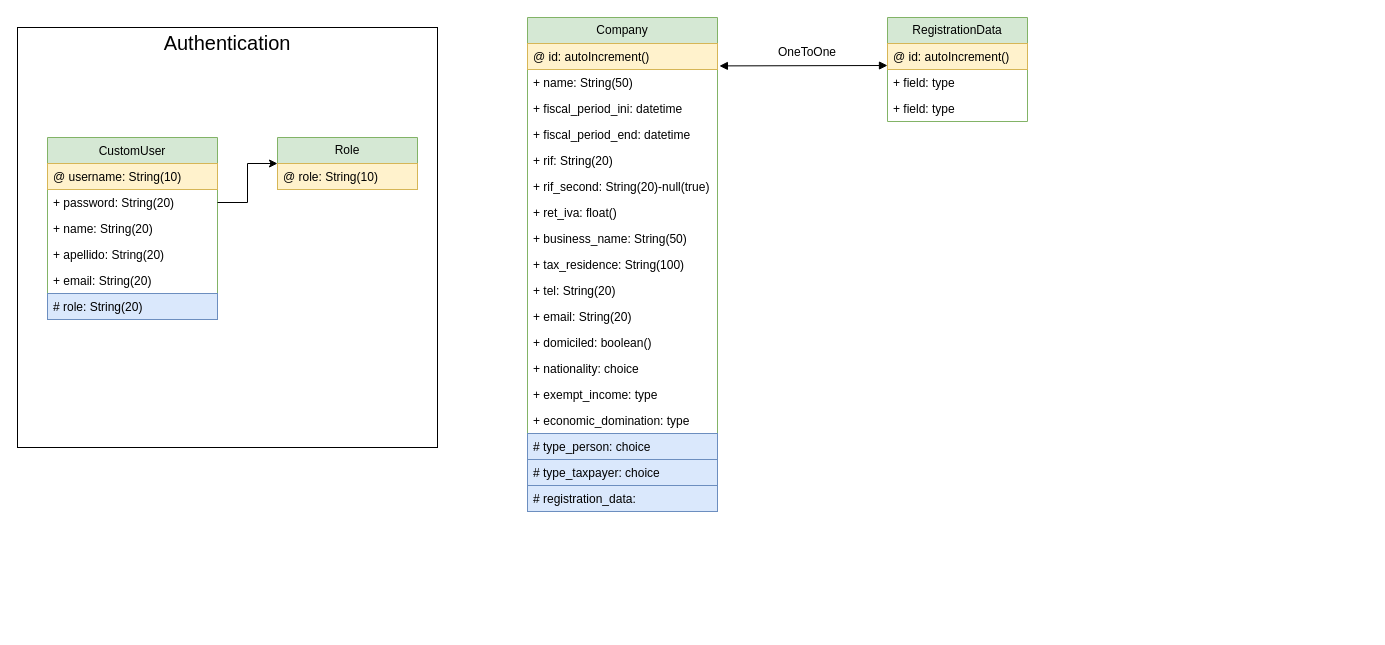
The draw.io diagram diagrama-bases.drawio in iranmederos/app-contable, before the edit. Source tidied: cells renumbered, new cells numbered last; positions are measured from the earlier drawing's top-left corner, leaving out a move shared by most shapes. Both pictures are drawn from the tidied source at 100%, with x=0, y=0 at pixel (17, 17).
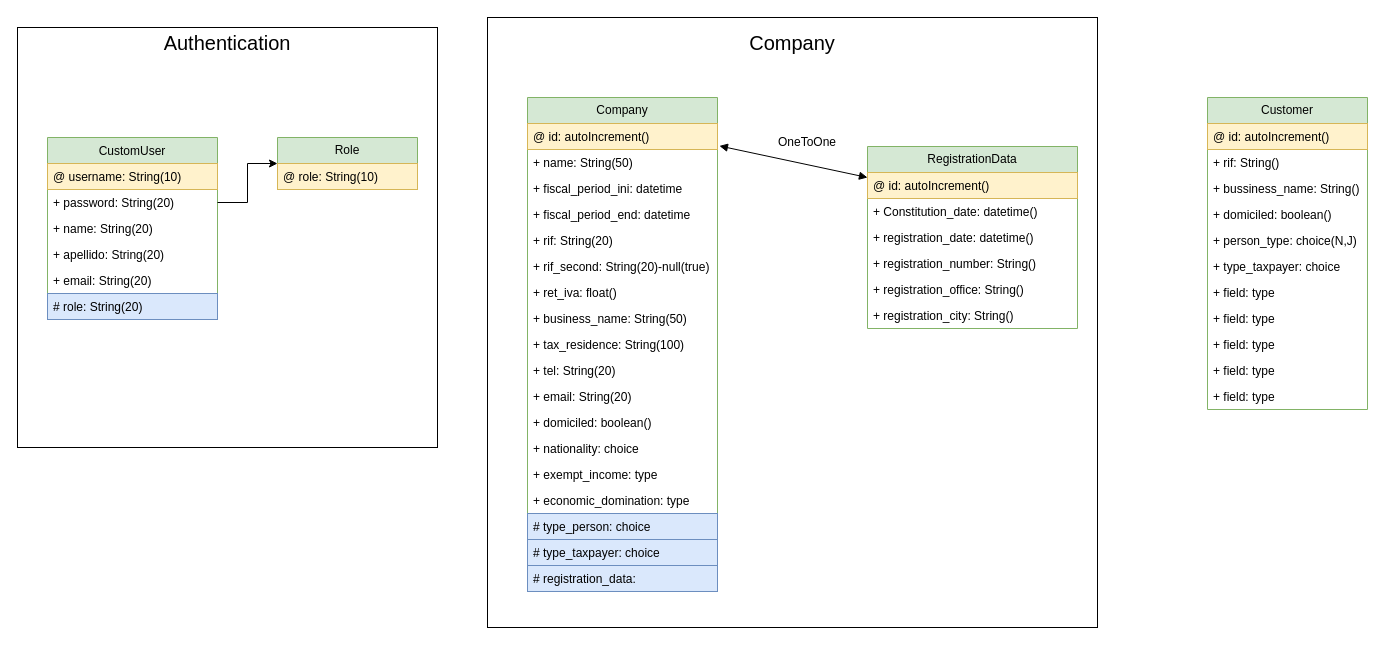
The same page after the edit.

Unchanged cells that the change refers to:
```xml
<mxCell id="15" value="@ id: autoIncrement()" style="text;strokeColor=#d6b656;fillColor=#fff2cc;align=left;verticalAlign=top;spacingLeft=4;spacingRight=4;overflow=hidden;points=[[0,0.5],[1,0.5]];portConstraint=eastwest;whiteSpace=wrap;html=1;" parent="14" vertex="1">
  <mxGeometry y="26" width="190" height="26" as="geometry" />
</mxCell>
```

Diff of the diagram source:
```diff
@@
+    <mxCell id="12" style="whiteSpace=wrap;html=1;fillColor=none;" parent="1" vertex="1">
+      <mxGeometry y="10" width="420" height="420" as="geometry" />
+    </mxCell>
+    <mxCell id="39" style="whiteSpace=wrap;html=1;fillColor=none;" parent="1" vertex="1">
+      <mxGeometry x="470" width="610" height="610" as="geometry" />
+    </mxCell>
@@
-    <mxCell id="12" style="whiteSpace=wrap;html=1;fillColor=none;" parent="1" vertex="1">
-      <mxGeometry y="10" width="420" height="420" as="geometry" />
-    </mxCell>
@@
     <mxCell id="14" value="Company" style="swimlane;fontStyle=0;horizontal=1;startSize=26;fillColor=#d5e8d4;whiteSpace=wrap;html=1;strokeColor=#82b366;" parent="1" vertex="1">
-      <mxGeometry x="510" width="190" height="494" as="geometry" />
+      <mxGeometry x="510" y="80" width="190" height="494" as="geometry" />
     </mxCell>
@@
     <mxCell id="33" value="RegistrationData" style="swimlane;fontStyle=0;horizontal=1;startSize=26;fillColor=#d5e8d4;whiteSpace=wrap;html=1;strokeColor=#82b366;" parent="1" vertex="1">
-      <mxGeometry x="870" width="140" height="104" as="geometry" />
+      <mxGeometry x="850" y="129" width="210" height="182" as="geometry" />
     </mxCell>
     <mxCell id="34" value="@ id: autoIncrement()" style="text;strokeColor=#d6b656;fillColor=#fff2cc;align=left;verticalAlign=top;spacingLeft=4;spacingRight=4;overflow=hidden;whiteSpace=wrap;html=1;" parent="33" vertex="1">
-      <mxGeometry y="26" width="140" height="26" as="geometry" />
+      <mxGeometry y="26" width="210" height="26" as="geometry" />
     </mxCell>
-    <mxCell id="35" value="+ field: type" style="text;strokeColor=none;fillColor=none;align=left;verticalAlign=top;spacingLeft=4;spacingRight=4;overflow=hidden;whiteSpace=wrap;html=1;" parent="33" vertex="1">
-      <mxGeometry y="52" width="140" height="26" as="geometry" />
+    <mxCell id="35" value="+ Constitution_date: datetime()" style="text;strokeColor=none;fillColor=none;align=left;verticalAlign=top;spacingLeft=4;spacingRight=4;overflow=hidden;whiteSpace=wrap;html=1;" parent="33" vertex="1">
+      <mxGeometry y="52" width="210" height="26" as="geometry" />
     </mxCell>
-    <mxCell id="36" value="+ field: type" style="text;strokeColor=none;fillColor=none;align=left;verticalAlign=top;spacingLeft=4;spacingRight=4;overflow=hidden;whiteSpace=wrap;html=1;" parent="33" vertex="1">
-      <mxGeometry y="78" width="140" height="26" as="geometry" />
+    <mxCell id="36" value="+ registration_date: datetime()" style="text;strokeColor=none;fillColor=none;align=left;verticalAlign=top;spacingLeft=4;spacingRight=4;overflow=hidden;whiteSpace=wrap;html=1;" parent="33" vertex="1">
+      <mxGeometry y="78" width="210" height="26" as="geometry" />
     </mxCell>
+    <mxCell id="40" value="+ registration_number: String()" style="text;strokeColor=none;fillColor=none;align=left;verticalAlign=top;spacingLeft=4;spacingRight=4;overflow=hidden;whiteSpace=wrap;html=1;" parent="33" vertex="1">
+      <mxGeometry y="104" width="210" height="26" as="geometry" />
+    </mxCell>
+    <mxCell id="41" value="+ registration_office: String()" style="text;strokeColor=none;fillColor=none;align=left;verticalAlign=top;spacingLeft=4;spacingRight=4;overflow=hidden;whiteSpace=wrap;html=1;" parent="33" vertex="1">
+      <mxGeometry y="130" width="210" height="26" as="geometry" />
+    </mxCell>
+    <mxCell id="42" value="+ registration_city: String()" style="text;strokeColor=none;fillColor=none;align=left;verticalAlign=top;spacingLeft=4;spacingRight=4;overflow=hidden;whiteSpace=wrap;html=1;" parent="33" vertex="1">
+      <mxGeometry y="156" width="210" height="26" as="geometry" />
+    </mxCell>
     <mxCell id="37" style="endArrow=block;startArrow=block;endFill=1;startFill=1;html=1;rounded=0;exitX=1.01;exitY=0.862;exitDx=0;exitDy=0;exitPerimeter=0;" parent="1" edge="1" source="15">
       <mxGeometry relative="1" as="geometry">
-        <mxPoint x="870" y="48" as="targetPoint" />
+        <mxPoint x="850" y="160" as="targetPoint" />
       </mxGeometry>
     </mxCell>
     <mxCell id="38" value="OneToOne" style="text;html=1;strokeColor=none;fillColor=none;align=center;verticalAlign=middle;whiteSpace=wrap;rounded=0;" parent="1" vertex="1">
-      <mxGeometry x="760" y="20" width="60" height="30" as="geometry" />
+      <mxGeometry x="760" y="110" width="60" height="30" as="geometry" />
     </mxCell>
+    <mxCell id="43" value="Company" style="text;html=1;strokeColor=none;fillColor=none;align=center;verticalAlign=middle;whiteSpace=wrap;rounded=0;fontSize=20;" parent="1" vertex="1">
+      <mxGeometry x="745" y="10" width="60" height="30" as="geometry" />
+    </mxCell>
+    <mxCell id="44" value="Customer" style="swimlane;fontStyle=0;horizontal=1;startSize=26;fillColor=#d5e8d4;whiteSpace=wrap;html=1;strokeColor=#82b366;" parent="1" vertex="1">
+      <mxGeometry x="1190" y="80" width="160" height="312" as="geometry" />
+    </mxCell>
+    <mxCell id="45" value="@ id: autoIncrement()" style="text;strokeColor=#d6b656;fillColor=#fff2cc;align=left;verticalAlign=top;spacingLeft=4;spacingRight=4;overflow=hidden;whiteSpace=wrap;html=1;" parent="44" vertex="1">
+      <mxGeometry y="26" width="160" height="26" as="geometry" />
+    </mxCell>
+    <mxCell id="46" value="+ rif: String()" style="text;strokeColor=none;fillColor=none;align=left;verticalAlign=top;spacingLeft=4;spacingRight=4;overflow=hidden;whiteSpace=wrap;html=1;" parent="44" vertex="1">
+      <mxGeometry y="52" width="160" height="26" as="geometry" />
+    </mxCell>
+    <mxCell id="47" value="+ bussiness_name: String()" style="text;strokeColor=none;fillColor=none;align=left;verticalAlign=top;spacingLeft=4;spacingRight=4;overflow=hidden;whiteSpace=wrap;html=1;" parent="44" vertex="1">
+      <mxGeometry y="78" width="160" height="26" as="geometry" />
+    </mxCell>
+    <mxCell id="48" value="+ domiciled: boolean()" style="text;strokeColor=none;fillColor=none;align=left;verticalAlign=top;spacingLeft=4;spacingRight=4;overflow=hidden;whiteSpace=wrap;html=1;" parent="44" vertex="1">
+      <mxGeometry y="104" width="160" height="26" as="geometry" />
+    </mxCell>
+    <mxCell id="49" value="+ person_type: choice(N,J)" style="text;strokeColor=none;fillColor=none;align=left;verticalAlign=top;spacingLeft=4;spacingRight=4;overflow=hidden;whiteSpace=wrap;html=1;" parent="44" vertex="1">
+      <mxGeometry y="130" width="160" height="26" as="geometry" />
+    </mxCell>
+    <mxCell id="50" value="+ type_taxpayer: choice" style="text;strokeColor=none;fillColor=none;align=left;verticalAlign=top;spacingLeft=4;spacingRight=4;overflow=hidden;whiteSpace=wrap;html=1;" parent="44" vertex="1">
+      <mxGeometry y="156" width="160" height="26" as="geometry" />
+    </mxCell>
+    <mxCell id="51" value="+ field: type" style="text;strokeColor=none;fillColor=none;align=left;verticalAlign=top;spacingLeft=4;spacingRight=4;overflow=hidden;whiteSpace=wrap;html=1;" parent="44" vertex="1">
+      <mxGeometry y="182" width="160" height="26" as="geometry" />
+    </mxCell>
+    <mxCell id="52" value="+ field: type" style="text;strokeColor=none;fillColor=none;align=left;verticalAlign=top;spacingLeft=4;spacingRight=4;overflow=hidden;whiteSpace=wrap;html=1;" parent="44" vertex="1">
+      <mxGeometry y="208" width="160" height="26" as="geometry" />
+    </mxCell>
+    <mxCell id="53" value="+ field: type" style="text;strokeColor=none;fillColor=none;align=left;verticalAlign=top;spacingLeft=4;spacingRight=4;overflow=hidden;whiteSpace=wrap;html=1;" parent="44" vertex="1">
+      <mxGeometry y="234" width="160" height="26" as="geometry" />
+    </mxCell>
+    <mxCell id="54" value="+ field: type" style="text;strokeColor=none;fillColor=none;align=left;verticalAlign=top;spacingLeft=4;spacingRight=4;overflow=hidden;whiteSpace=wrap;html=1;" parent="44" vertex="1">
+      <mxGeometry y="260" width="160" height="26" as="geometry" />
+    </mxCell>
+    <mxCell id="55" value="+ field: type" style="text;strokeColor=none;fillColor=none;align=left;verticalAlign=top;spacingLeft=4;spacingRight=4;overflow=hidden;whiteSpace=wrap;html=1;" parent="44" vertex="1">
+      <mxGeometry y="286" width="160" height="26" as="geometry" />
+    </mxCell>
```
